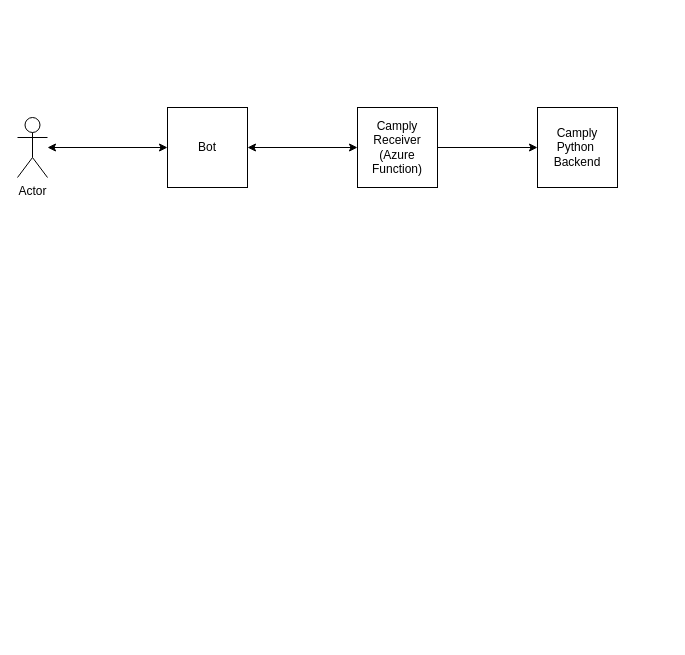
Above: Docs/camply-bot-integration.drawio in jeff-breece/camply-receiver (draw.io), before the change. Source tidied: cells renumbered, new cells numbered last; positions are measured from the earlier drawing's top-left corner, leaving out a move shared by most shapes. Both pictures are drawn from the tidied source at 100%, with x=0, y=0 at pixel (17, 107).
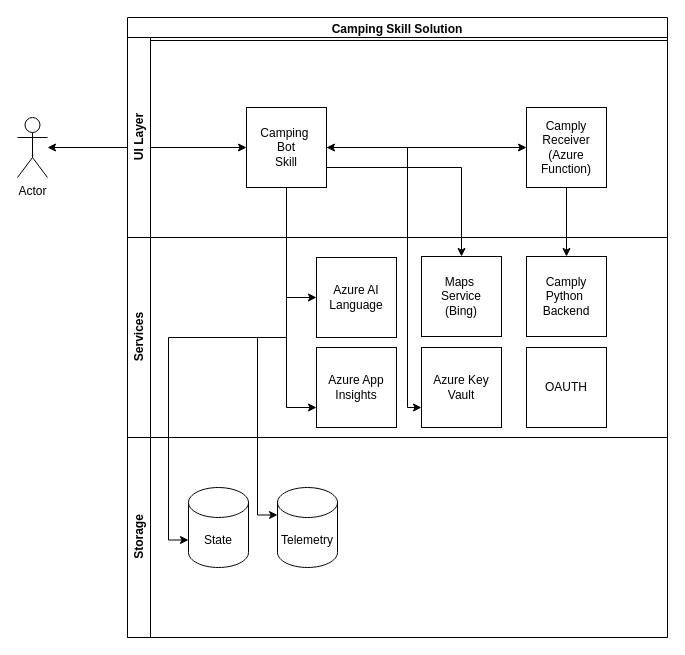
The same page after the edit.

Commit message:
updates to diagram and plan for the solution

The edit, as a diff of the source:
```diff
@@
+    <mxCell id="9" style="edgeStyle=orthogonalEdgeStyle;rounded=0;jettySize=auto;html=1;entryX=0;entryY=0.5;entryDx=0;entryDy=0;exitX=0.5;exitY=1;exitDx=0;exitDy=0;" parent="1" edge="1" source="3" target="16">
+      <mxGeometry relative="1" as="geometry" />
+    </mxCell>
+    <mxCell id="10" style="edgeStyle=orthogonalEdgeStyle;rounded=0;jettySize=auto;html=1;exitX=1;exitY=0.75;exitDx=0;exitDy=0;" parent="1" edge="1" source="3" target="17">
+      <mxGeometry relative="1" as="geometry" />
+    </mxCell>
+    <mxCell id="11" style="edgeStyle=orthogonalEdgeStyle;rounded=0;jettySize=auto;html=1;entryX=0;entryY=0.75;entryDx=0;entryDy=0;" parent="1" edge="1" source="3" target="18">
+      <mxGeometry relative="1" as="geometry" />
+    </mxCell>
+    <mxCell id="12" style="edgeStyle=orthogonalEdgeStyle;rounded=0;jettySize=auto;html=1;entryX=0;entryY=0.75;entryDx=0;entryDy=0;" parent="1" edge="1" source="3" target="19">
+      <mxGeometry relative="1" as="geometry">
+        <Array as="points">
+          <mxPoint x="390" y="40" />
+          <mxPoint x="390" y="300" />
+        </Array>
+      </mxGeometry>
+    </mxCell>
-    <mxCell id="3" value="Bot" style="whiteSpace=wrap;html=1;" parent="1" vertex="1">
-      <mxGeometry x="150" width="80" height="80" as="geometry" />
+    <mxCell id="3" value="Camping&amp;nbsp;&lt;div&gt;Bot&lt;/div&gt;&lt;div&gt;Skill&lt;/div&gt;" style="whiteSpace=wrap;html=1;" parent="1" vertex="1">
+      <mxGeometry x="229" width="80" height="80" as="geometry" />
     </mxCell>
@@
+    <mxCell id="13" value="Camping Skill Solution" style="swimlane;whiteSpace=wrap;html=1;" parent="1" vertex="1">
+      <mxGeometry x="110" y="-90" width="540" height="620" as="geometry" />
+    </mxCell>
+    <mxCell id="14" value="UI Layer" style="swimlane;horizontal=0;whiteSpace=wrap;html=1;" parent="13" vertex="1">
+      <mxGeometry y="20" width="540" height="200" as="geometry" />
+    </mxCell>
+    <mxCell id="15" value="Services" style="swimlane;horizontal=0;whiteSpace=wrap;html=1;" parent="13" vertex="1">
+      <mxGeometry y="220" width="540" height="200" as="geometry" />
+    </mxCell>
+    <mxCell id="7" value="Camply Receiver&lt;div&gt;(Azure&lt;/div&gt;&lt;div&gt;Function)&lt;/div&gt;" style="whiteSpace=wrap;html=1;" parent="15" vertex="1">
+      <mxGeometry x="399" y="-130" width="80" height="80" as="geometry" />
+    </mxCell>
-    <mxCell id="6" style="edgeStyle=orthogonalEdgeStyle;rounded=0;jettySize=auto;html=1;" parent="1" edge="1" source="7" target="8">
+    <mxCell id="6" style="edgeStyle=orthogonalEdgeStyle;rounded=0;jettySize=auto;html=1;exitX=0.5;exitY=1;exitDx=0;exitDy=0;" parent="15" edge="1" source="7" target="8">
       <mxGeometry relative="1" as="geometry" />
     </mxCell>
-    <mxCell id="7" value="Camply Receiver&lt;div&gt;(Azure&lt;/div&gt;&lt;div&gt;Function)&lt;/div&gt;" style="whiteSpace=wrap;html=1;" parent="1" vertex="1">
-      <mxGeometry x="340" width="80" height="80" as="geometry" />
-    </mxCell>
-    <mxCell id="8" value="Camply Python&amp;nbsp;&lt;div&gt;Backend&lt;/div&gt;" style="whiteSpace=wrap;html=1;" parent="1" vertex="1">
-      <mxGeometry x="520" width="80" height="80" as="geometry" />
+    <mxCell id="8" value="Camply Python&amp;nbsp;&lt;div&gt;Backend&lt;/div&gt;" style="whiteSpace=wrap;html=1;" parent="15" vertex="1">
+      <mxGeometry x="399" y="19" width="80" height="80" as="geometry" />
     </mxCell>
+    <mxCell id="16" value="Azure AI Language" style="whiteSpace=wrap;html=1;" parent="15" vertex="1">
+      <mxGeometry x="189" y="20" width="80" height="80" as="geometry" />
+    </mxCell>
+    <mxCell id="17" value="Maps&amp;nbsp;&lt;div&gt;Service&lt;/div&gt;&lt;div&gt;(Bing)&lt;/div&gt;" style="whiteSpace=wrap;html=1;" parent="15" vertex="1">
+      <mxGeometry x="294" y="19" width="80" height="80" as="geometry" />
+    </mxCell>
+    <mxCell id="18" value="Azure App Insights" style="whiteSpace=wrap;html=1;" parent="15" vertex="1">
+      <mxGeometry x="189" y="110" width="80" height="80" as="geometry" />
+    </mxCell>
+    <mxCell id="19" value="Azure Key Vault" style="whiteSpace=wrap;html=1;" parent="15" vertex="1">
+      <mxGeometry x="294" y="110" width="80" height="80" as="geometry" />
+    </mxCell>
+    <mxCell id="20" value="OAUTH" style="whiteSpace=wrap;html=1;" parent="15" vertex="1">
+      <mxGeometry x="399" y="110" width="80" height="80" as="geometry" />
+    </mxCell>
+    <mxCell id="21" value="Storage" style="swimlane;horizontal=0;whiteSpace=wrap;html=1;" parent="1" vertex="1">
+      <mxGeometry x="110" y="330" width="540" height="200" as="geometry" />
+    </mxCell>
+    <mxCell id="22" value="State" style="shape=cylinder3;whiteSpace=wrap;html=1;boundedLbl=1;backgroundOutline=1;size=15;" parent="21" vertex="1">
+      <mxGeometry x="61" y="50" width="60" height="80" as="geometry" />
+    </mxCell>
+    <mxCell id="23" value="Telemetry" style="shape=cylinder3;whiteSpace=wrap;html=1;boundedLbl=1;backgroundOutline=1;size=15;" parent="21" vertex="1">
+      <mxGeometry x="150" y="50" width="60" height="80" as="geometry" />
+    </mxCell>
+    <mxCell id="24" style="edgeStyle=orthogonalEdgeStyle;rounded=0;jettySize=auto;html=1;entryX=0;entryY=0;entryDx=0;entryDy=52.5;entryPerimeter=0;" parent="1" edge="1" source="3" target="22">
+      <mxGeometry relative="1" as="geometry" />
+    </mxCell>
+    <mxCell id="25" style="edgeStyle=orthogonalEdgeStyle;rounded=0;jettySize=auto;html=1;entryX=0;entryY=0;entryDx=0;entryDy=27.5;entryPerimeter=0;" parent="1" edge="1" source="3" target="23">
+      <mxGeometry relative="1" as="geometry" />
+    </mxCell>
```
